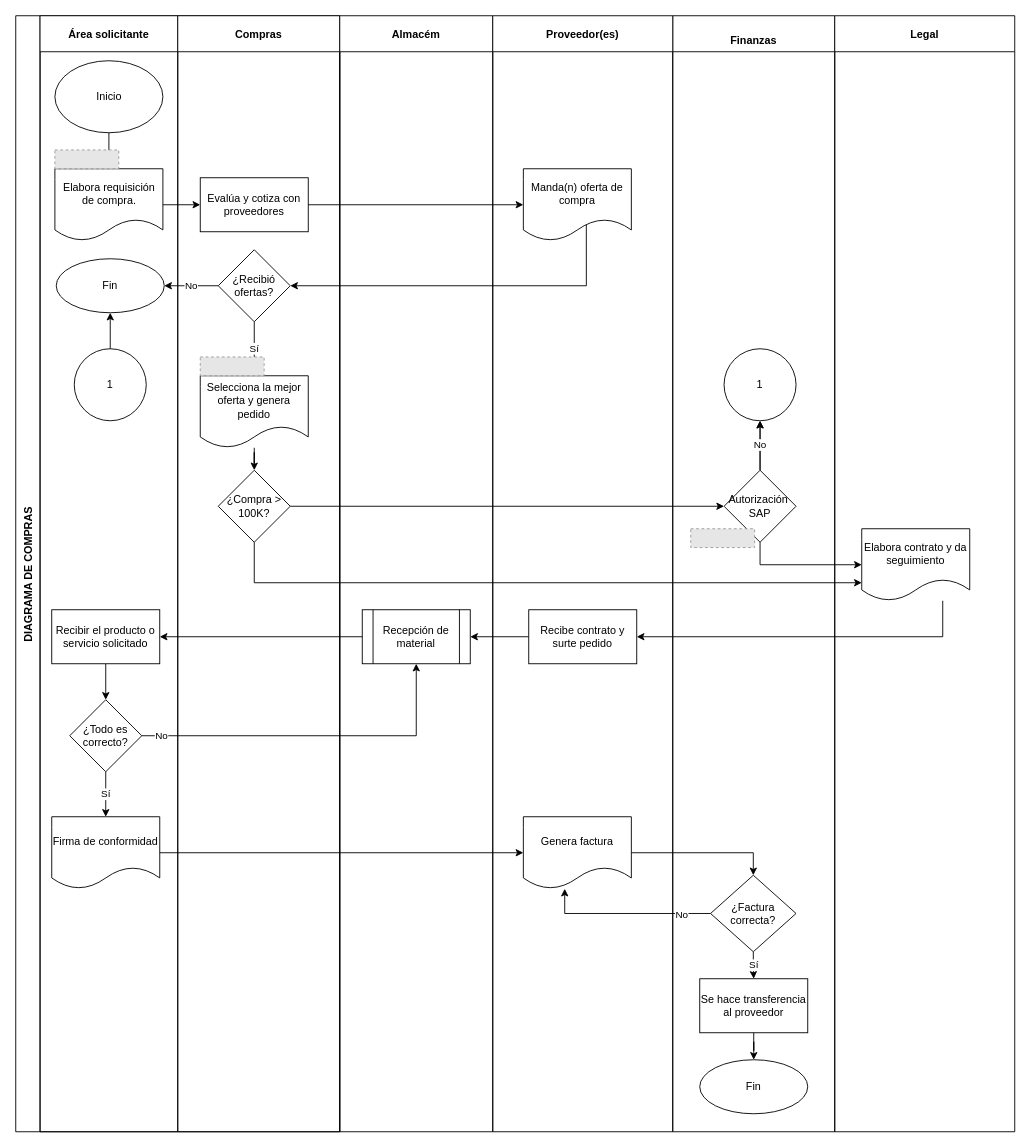
The draw.io diagram 172285_ARANDIA_PROCESO COMPRAS (ADAPTADO).drawio in FerAran/Flowchart, before the edit. Source tidied: cells renumbered, new cells numbered last; positions are measured from the earlier drawing's top-left corner, leaving out a move shared by most shapes. Both pictures are drawn from the tidied source at 90%, with x=0, y=0 at pixel (15, 15). Pictures stored in the file or linked from it are replaced by grey dashed boxes.
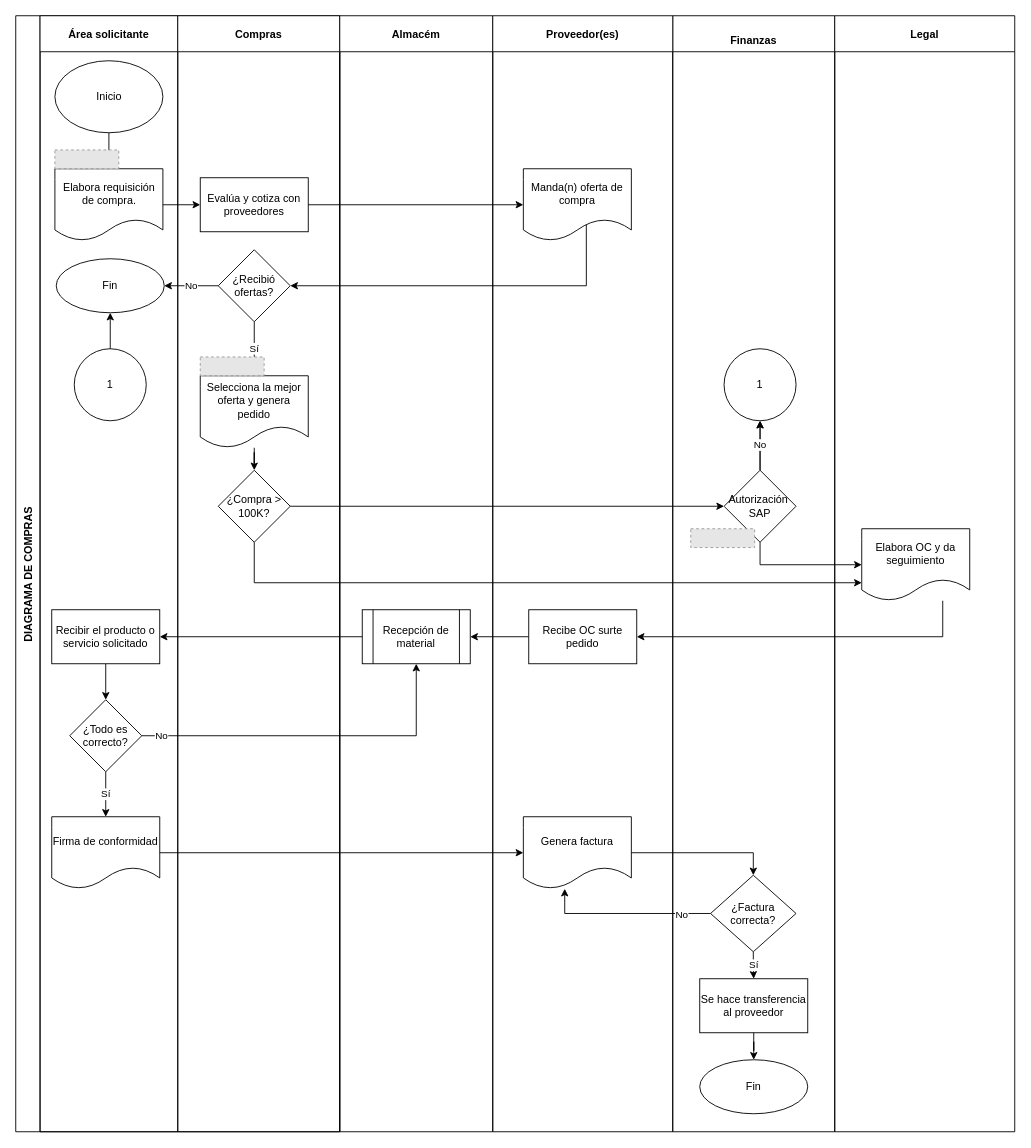
The same diagram, later.

The change refers to these unchanged cells:
```xml
<mxCell id="36" value="Legal" style="swimlane;startSize=40;" parent="1" vertex="1">
  <mxGeometry x="910" width="200" height="1240" as="geometry" />
</mxCell>
<mxCell id="48" value="Proveedor(es)" style="swimlane;startSize=40;" parent="1" vertex="1">
  <mxGeometry x="530" width="200" height="1240" as="geometry" />
</mxCell>
```

Diff of the diagram source:
```diff
@@
-    <mxCell id="37" value="Elabora contrato y da seguimiento" style="shape=document;whiteSpace=wrap;html=1;boundedLbl=1;rounded=0;glass=0;fontFamily=Helvetica;fontSize=12;fontColor=default;startSize=40;strokeColor=default;fillColor=default;" parent="36" vertex="1">
+    <mxCell id="37" value="Elabora OC y da seguimiento" style="shape=document;whiteSpace=wrap;html=1;boundedLbl=1;rounded=0;glass=0;fontFamily=Helvetica;fontSize=12;fontColor=default;startSize=40;strokeColor=default;fillColor=default;" parent="36" vertex="1">
       <mxGeometry x="30" y="570" width="120" height="80" as="geometry" />
     </mxCell>
@@
-    <mxCell id="50" value="Recibe contrato y surte pedido" style="whiteSpace=wrap;html=1;rounded=0;glass=0;startSize=40;" parent="48" vertex="1">
+    <mxCell id="50" value="Recibe OC surte pedido" style="whiteSpace=wrap;html=1;rounded=0;glass=0;startSize=40;" parent="48" vertex="1">
       <mxGeometry x="40" y="660" width="120" height="60" as="geometry" />
     </mxCell>
```
